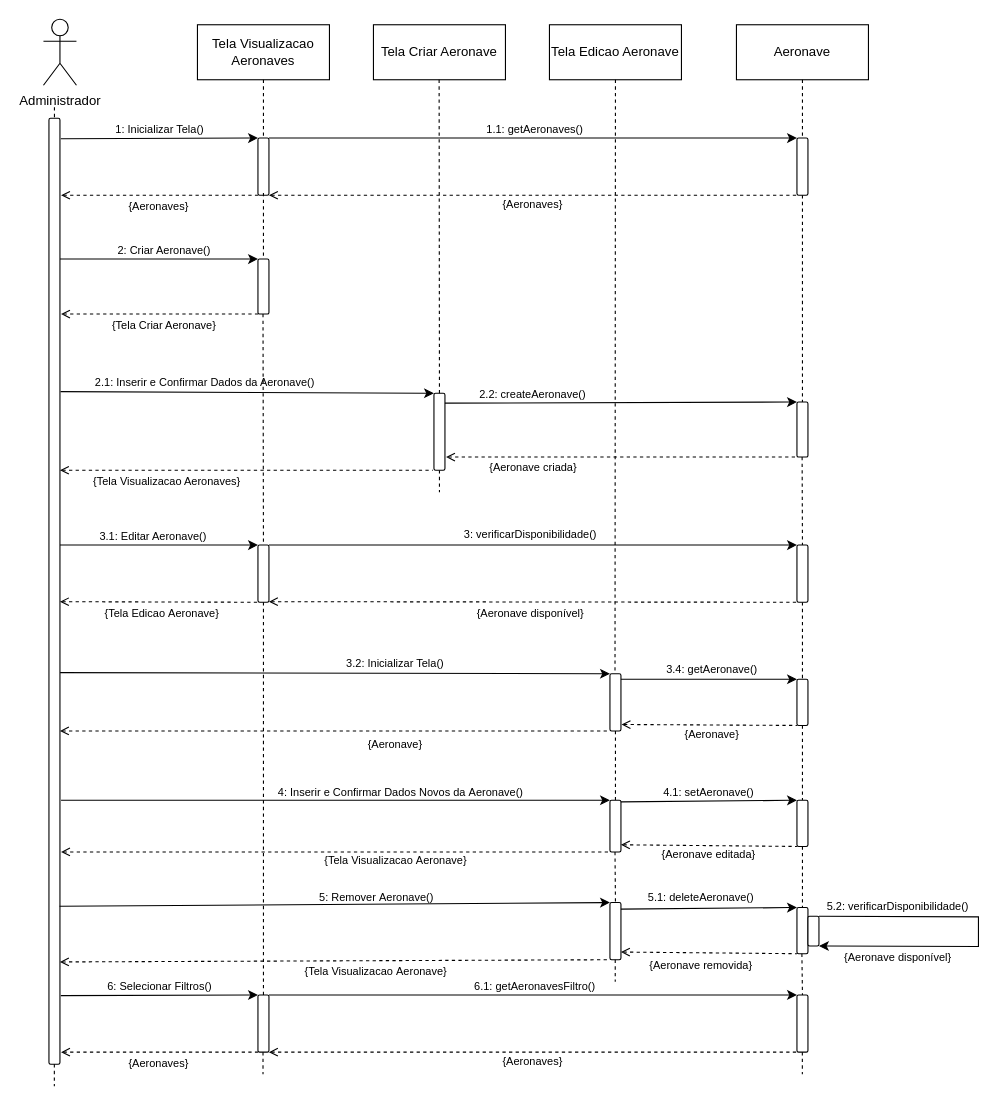
The draw.io diagram Diagramas/Eng_de_Software/Modelos/Sequencia/Manter_Aeronaves.drawio in GabrielGMori/trabalho-conclus-o-ano, before the edit. Source tidied: cells renumbered, new cells numbered last; positions are measured from the earlier drawing's top-left corner, leaving out a move shared by most shapes. Both pictures are drawn from the tidied source at 110%, with x=0, y=0 at pixel (43, 19).
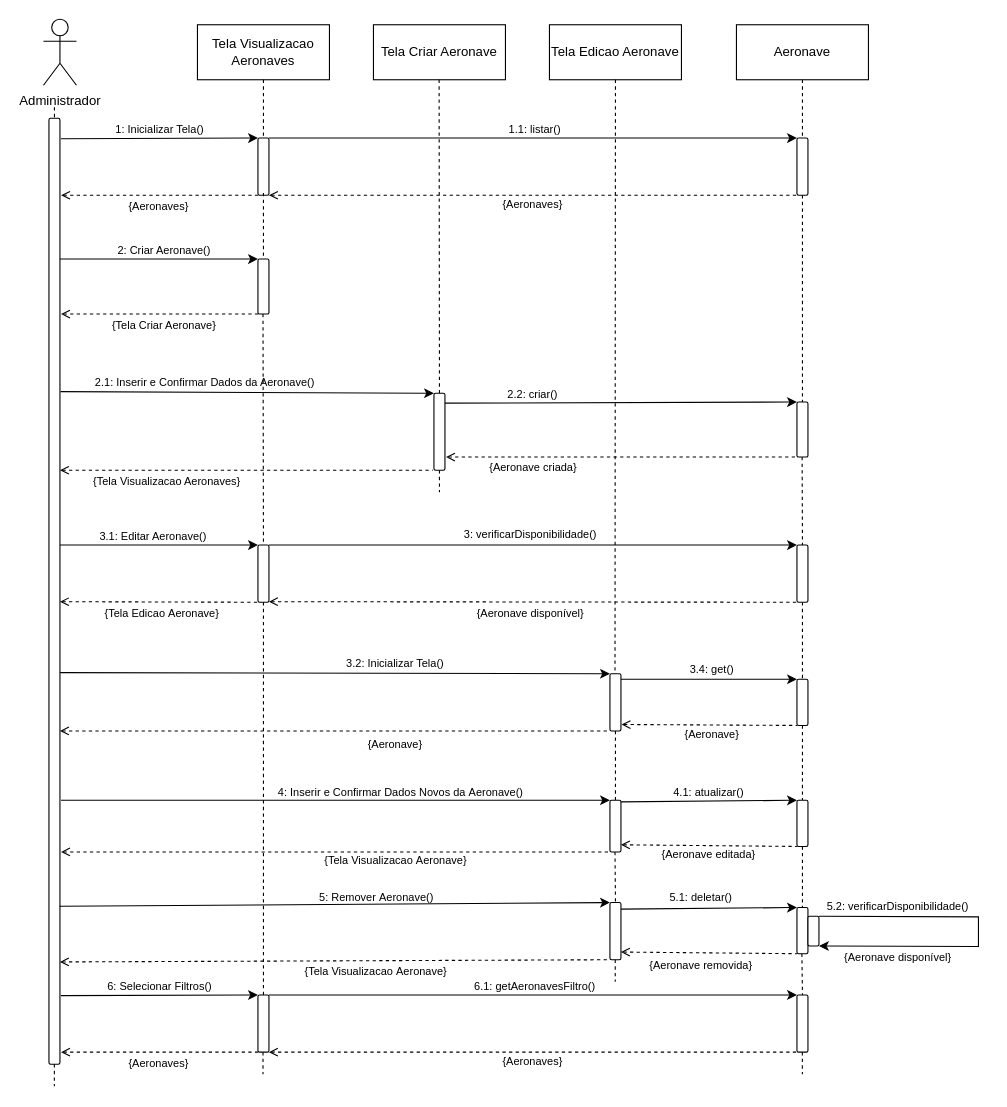
The same page after the edit.

Diff of the diagram source:
```diff
@@
-    <mxCell id="22" value="2.2: createAeronave()" style="text;html=1;align=center;verticalAlign=middle;whiteSpace=wrap;rounded=0;fontSize=10;" parent="1" vertex="1">
+    <mxCell id="22" value="2.2: criar()" style="text;html=1;align=center;verticalAlign=middle;whiteSpace=wrap;rounded=0;fontSize=10;" parent="1" vertex="1">
       <mxGeometry x="345" y="331" width="200" height="20" as="geometry" />
     </mxCell>
@@
-    <mxCell id="34" value="&lt;font&gt;3.4: get&lt;/font&gt;&lt;font&gt;Aeronave&lt;/font&gt;&lt;font&gt;()&lt;/font&gt;" style="text;html=1;align=center;verticalAlign=middle;whiteSpace=wrap;rounded=0;fontSize=10;" parent="1" vertex="1">
+    <mxCell id="34" value="&lt;font&gt;3.4: get&lt;/font&gt;&lt;font&gt;()&lt;/font&gt;" style="text;html=1;align=center;verticalAlign=middle;whiteSpace=wrap;rounded=0;fontSize=10;" parent="1" vertex="1">
       <mxGeometry x="528" y="581" width="160" height="20" as="geometry" />
     </mxCell>
@@
-    <mxCell id="50" value="&lt;font&gt;1.1: getAeronaves()&lt;/font&gt;" style="text;html=1;align=center;verticalAlign=middle;whiteSpace=wrap;rounded=0;fontSize=10;" parent="1" vertex="1">
+    <mxCell id="50" value="&lt;font&gt;1.1: listar()&lt;/font&gt;" style="text;html=1;align=center;verticalAlign=middle;whiteSpace=wrap;rounded=0;fontSize=10;" parent="1" vertex="1">
       <mxGeometry x="367" y="90" width="160" height="20" as="geometry" />
     </mxCell>
@@
-    <mxCell id="97" value="&lt;font&gt;4.1: set&lt;/font&gt;&lt;font&gt;Aeronave&lt;/font&gt;&lt;font&gt;()&lt;/font&gt;" style="text;html=1;align=center;verticalAlign=middle;whiteSpace=wrap;rounded=0;fontSize=10;" parent="1" vertex="1">
+    <mxCell id="97" value="&lt;font&gt;4.1: atualizar&lt;/font&gt;&lt;font&gt;()&lt;/font&gt;" style="text;html=1;align=center;verticalAlign=middle;whiteSpace=wrap;rounded=0;fontSize=10;" parent="1" vertex="1">
       <mxGeometry x="525" y="693" width="160" height="20" as="geometry" />
     </mxCell>
-    <mxCell id="98" value="&lt;font&gt;5.1: delete&lt;/font&gt;&lt;font&gt;Aeronave&lt;/font&gt;&lt;font&gt;()&lt;/font&gt;" style="text;html=1;align=center;verticalAlign=middle;whiteSpace=wrap;rounded=0;fontSize=10;" parent="1" vertex="1">
+    <mxCell id="98" value="&lt;font&gt;5.1: deletar&lt;/font&gt;&lt;font&gt;()&lt;/font&gt;" style="text;html=1;align=center;verticalAlign=middle;whiteSpace=wrap;rounded=0;fontSize=10;" parent="1" vertex="1">
       <mxGeometry x="517.5" y="787.5" width="160" height="20" as="geometry" />
     </mxCell>
```
